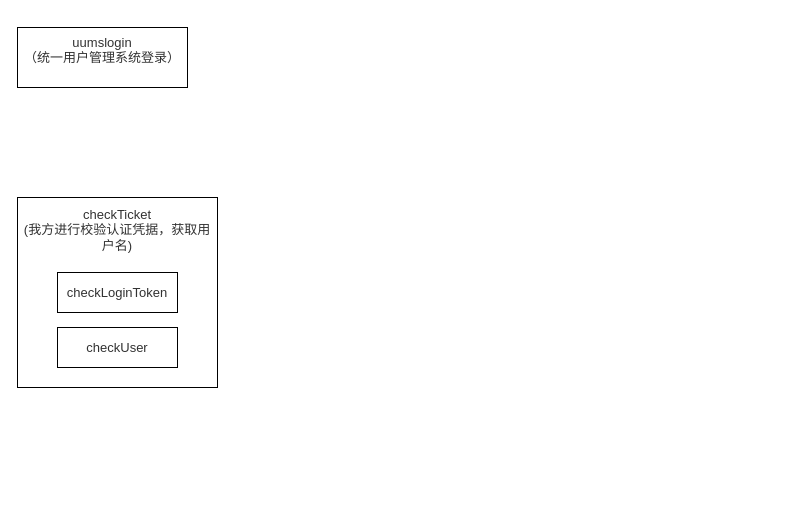
Before: OA.drawio in Alpha-chatbot/pic, a draw.io diagram. Source tidied: cells renumbered, new cells numbered last; positions are measured from the earlier drawing's top-left corner, leaving out a move shared by most shapes. Both pictures are drawn from the tidied source at 100%, with x=0, y=0 at pixel (17, 27).
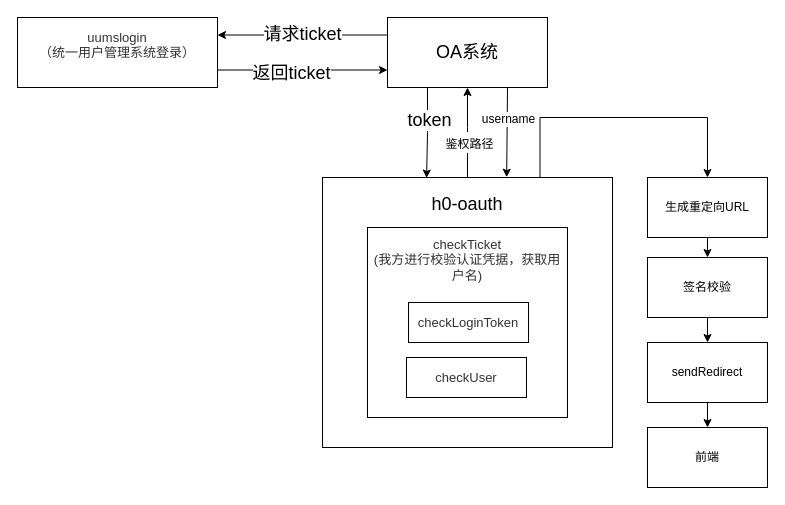
After the change.

The edit, as a diff of the source:
```diff
@@
+    <mxCell id="6" style="edgeStyle=orthogonalEdgeStyle;rounded=0;jettySize=auto;html=1;exitX=0.5;exitY=0;exitDx=0;exitDy=0;entryX=0.5;entryY=1;entryDx=0;entryDy=0;fontSize=18;" parent="1" edge="1" source="9" target="17">
+      <mxGeometry relative="1" as="geometry">
+        <Array as="points">
+          <mxPoint x="450" y="100" />
+          <mxPoint x="450" y="100" />
+        </Array>
+      </mxGeometry>
+    </mxCell>
+    <mxCell id="7" value="&lt;font style=&quot;font-size: 12px;&quot;&gt;鉴权路径&lt;/font&gt;" style="edgeLabel;html=1;align=center;verticalAlign=middle;fontSize=18;" parent="6" vertex="1">
+      <mxGeometry x="-0.21" y="-1" relative="1" as="geometry" />
+    </mxCell>
+    <mxCell id="8" style="edgeStyle=orthogonalEdgeStyle;rounded=0;jettySize=auto;html=1;exitX=0.75;exitY=0;exitDx=0;exitDy=0;entryX=0.5;entryY=0;entryDx=0;entryDy=0;fontSize=12;" parent="1" edge="1" source="9" target="21">
+      <mxGeometry relative="1" as="geometry">
+        <Array as="points">
+          <mxPoint x="523" y="90" />
+          <mxPoint x="690" y="90" />
+        </Array>
+      </mxGeometry>
+    </mxCell>
+    <mxCell id="9" value="&lt;font style=&quot;font-size: 18px;&quot;&gt;h0-oauth&lt;br&gt;&lt;br&gt;&lt;br&gt;&lt;br&gt;&lt;br&gt;&lt;br&gt;&lt;br&gt;&lt;br&gt;&lt;br&gt;&lt;br&gt;&lt;br&gt;&lt;/font&gt;" style="rounded=0;whiteSpace=wrap;html=1;" parent="1" vertex="1">
+      <mxGeometry x="305" y="150" width="290" height="270" as="geometry" />
+    </mxCell>
+    <mxCell id="10" style="edgeStyle=orthogonalEdgeStyle;rounded=0;jettySize=auto;html=1;exitX=1;exitY=0.75;exitDx=0;exitDy=0;entryX=0;entryY=0.75;entryDx=0;entryDy=0;fontSize=18;" parent="1" edge="1" source="2" target="17">
+      <mxGeometry relative="1" as="geometry" />
+    </mxCell>
+    <mxCell id="11" value="返回ticket" style="edgeLabel;html=1;align=center;verticalAlign=middle;fontSize=18;" parent="10" vertex="1">
+      <mxGeometry x="-0.14" y="-3" relative="1" as="geometry" />
+    </mxCell>
     <mxCell id="2" value="&lt;span style=&quot;color: rgb(50, 50, 50); font-family: 微软雅黑; font-size: 13px; background-color: rgba(255, 255, 255, 0.01);&quot;&gt;uumslogin&lt;/span&gt;&lt;div style=&quot;resize: none; outline: none; font-size: 13px; color: rgb(50, 50, 50); font-family: 微软雅黑;&quot;&gt;（统一用户管理系统登录）&lt;/div&gt;&lt;div&gt;&lt;br&gt;&lt;/div&gt;" style="rounded=0;whiteSpace=wrap;html=1;" parent="1" vertex="1">
-      <mxGeometry width="170" height="60" as="geometry" />
+      <mxGeometry y="-10" width="200" height="70" as="geometry" />
     </mxCell>
     <mxCell id="3" value="&lt;span style=&quot;color: rgb(50, 50, 50); font-family: 微软雅黑; font-size: 13px; background-color: rgba(255, 255, 255, 0.01);&quot;&gt;checkTicket&lt;/span&gt;&lt;div style=&quot;resize: none; outline: none; font-size: 13px; color: rgb(50, 50, 50); font-family: 微软雅黑;&quot;&gt;(我方进行校验认证凭据，获取用户名)&lt;/div&gt;&lt;div style=&quot;resize: none; outline: none; font-size: 13px; color: rgb(50, 50, 50); font-family: 微软雅黑;&quot;&gt;&lt;br&gt;&lt;/div&gt;&lt;div style=&quot;resize: none; outline: none; font-size: 13px; color: rgb(50, 50, 50); font-family: 微软雅黑;&quot;&gt;&lt;br&gt;&lt;/div&gt;&lt;div style=&quot;resize: none; outline: none; font-size: 13px; color: rgb(50, 50, 50); font-family: 微软雅黑;&quot;&gt;&lt;br&gt;&lt;/div&gt;&lt;div style=&quot;resize: none; outline: none; font-size: 13px; color: rgb(50, 50, 50); font-family: 微软雅黑;&quot;&gt;&lt;br&gt;&lt;/div&gt;&lt;div style=&quot;resize: none; outline: none; font-size: 13px; color: rgb(50, 50, 50); font-family: 微软雅黑;&quot;&gt;&lt;br&gt;&lt;/div&gt;&lt;div style=&quot;resize: none; outline: none; font-size: 13px; color: rgb(50, 50, 50); font-family: 微软雅黑;&quot;&gt;&lt;br&gt;&lt;/div&gt;&lt;div style=&quot;resize: none; outline: none; font-size: 13px; color: rgb(50, 50, 50); font-family: 微软雅黑;&quot;&gt;&lt;br&gt;&lt;/div&gt;&lt;div style=&quot;resize: none; outline: none; font-size: 13px; color: rgb(50, 50, 50); font-family: 微软雅黑;&quot;&gt;&lt;br&gt;&lt;/div&gt;" style="rounded=0;whiteSpace=wrap;html=1;" parent="1" vertex="1">
-      <mxGeometry y="170" width="200" height="190" as="geometry" />
+      <mxGeometry x="350" y="200" width="200" height="190" as="geometry" />
     </mxCell>
     <mxCell id="4" value="&lt;span style=&quot;color: rgb(50, 50, 50); font-family: 微软雅黑; font-size: 13px; background-color: rgba(255, 255, 255, 0.01);&quot;&gt;checkLoginToken&lt;/span&gt;" style="rounded=0;whiteSpace=wrap;html=1;" parent="1" vertex="1">
-      <mxGeometry x="40" y="245" width="120" height="40" as="geometry" />
+      <mxGeometry x="391" y="275" width="120" height="40" as="geometry" />
     </mxCell>
     <mxCell id="5" value="&lt;span style=&quot;color: rgb(50, 50, 50); font-family: 微软雅黑; font-size: 13px; background-color: rgba(255, 255, 255, 0.01);&quot;&gt;checkUser&lt;/span&gt;" style="rounded=0;whiteSpace=wrap;html=1;" parent="1" vertex="1">
-      <mxGeometry x="40" y="300" width="120" height="40" as="geometry" />
+      <mxGeometry x="389" y="330" width="120" height="40" as="geometry" />
     </mxCell>
+    <mxCell id="12" value="请求ticket" style="edgeStyle=orthogonalEdgeStyle;rounded=0;jettySize=auto;html=1;exitX=0;exitY=0.25;exitDx=0;exitDy=0;entryX=1;entryY=0.25;entryDx=0;entryDy=0;fontSize=18;" parent="1" edge="1" source="17" target="2">
+      <mxGeometry relative="1" as="geometry" />
+    </mxCell>
+    <mxCell id="13" style="edgeStyle=orthogonalEdgeStyle;rounded=0;jettySize=auto;html=1;exitX=0.25;exitY=1;exitDx=0;exitDy=0;entryX=0.359;entryY=0.002;entryDx=0;entryDy=0;entryPerimeter=0;fontSize=18;" parent="1" edge="1" source="17" target="9">
+      <mxGeometry relative="1" as="geometry" />
+    </mxCell>
+    <mxCell id="14" value="token" style="edgeLabel;html=1;align=center;verticalAlign=middle;fontSize=18;" parent="13" vertex="1">
+      <mxGeometry x="-0.31" y="1" relative="1" as="geometry" />
+    </mxCell>
+    <mxCell id="15" style="edgeStyle=orthogonalEdgeStyle;rounded=0;jettySize=auto;html=1;exitX=0.75;exitY=1;exitDx=0;exitDy=0;entryX=0.635;entryY=-0.001;entryDx=0;entryDy=0;entryPerimeter=0;fontSize=12;" parent="1" edge="1" source="17" target="9">
+      <mxGeometry relative="1" as="geometry">
+        <Array as="points">
+          <mxPoint x="489" y="60" />
+        </Array>
+      </mxGeometry>
+    </mxCell>
+    <mxCell id="16" value="username" style="edgeLabel;html=1;align=center;verticalAlign=middle;fontSize=12;" parent="15" vertex="1">
+      <mxGeometry x="-0.32" y="1" relative="1" as="geometry" />
+    </mxCell>
+    <mxCell id="17" value="OA系统" style="rounded=0;whiteSpace=wrap;html=1;fontSize=18;" parent="1" vertex="1">
+      <mxGeometry x="370" y="-10" width="160" height="70" as="geometry" />
+    </mxCell>
+    <mxCell id="18" style="edgeStyle=orthogonalEdgeStyle;rounded=0;jettySize=auto;html=1;exitX=0.5;exitY=1;exitDx=0;exitDy=0;entryX=0.5;entryY=0;entryDx=0;entryDy=0;fontSize=12;" parent="1" edge="1" source="19" target="23">
+      <mxGeometry relative="1" as="geometry" />
+    </mxCell>
+    <mxCell id="19" value="签名校验" style="rounded=0;whiteSpace=wrap;html=1;fontSize=12;" parent="1" vertex="1">
+      <mxGeometry x="630" y="230" width="120" height="60" as="geometry" />
+    </mxCell>
+    <mxCell id="20" style="edgeStyle=orthogonalEdgeStyle;rounded=0;jettySize=auto;html=1;exitX=0.5;exitY=1;exitDx=0;exitDy=0;entryX=0.5;entryY=0;entryDx=0;entryDy=0;fontSize=12;" parent="1" edge="1" source="21" target="19">
+      <mxGeometry relative="1" as="geometry" />
+    </mxCell>
+    <mxCell id="21" value="生成重定向URL" style="rounded=0;whiteSpace=wrap;html=1;fontSize=12;" parent="1" vertex="1">
+      <mxGeometry x="630" y="150" width="120" height="60" as="geometry" />
+    </mxCell>
+    <mxCell id="22" style="edgeStyle=orthogonalEdgeStyle;rounded=0;jettySize=auto;html=1;fontSize=12;" parent="1" edge="1" source="23" target="24">
+      <mxGeometry relative="1" as="geometry" />
+    </mxCell>
+    <mxCell id="23" value="sendRedirect" style="rounded=0;whiteSpace=wrap;html=1;fontSize=12;" parent="1" vertex="1">
+      <mxGeometry x="630" y="315" width="120" height="60" as="geometry" />
+    </mxCell>
+    <mxCell id="24" value="前端" style="rounded=0;whiteSpace=wrap;html=1;fontSize=12;" parent="1" vertex="1">
+      <mxGeometry x="630" y="400" width="120" height="60" as="geometry" />
+    </mxCell>
```
